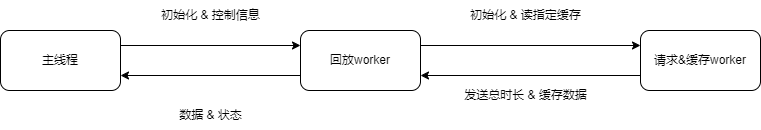
This is public/回放策略.png from Atox724/3D, a draw.io export, as it was before one commit. Source tidied: cells renumbered, new cells last; positions are measured from the earlier drawing's top-left corner, leaving out a move shared by most shapes. Source of this version:
```xml
<mxGraphModel>
  <root>
    <mxCell id="0" />
    <mxCell id="1" parent="0" />
    <mxCell id="2" style="edgeStyle=orthogonalEdgeStyle;rounded=0;jettySize=auto;html=1;exitX=1;exitY=0.25;exitDx=0;exitDy=0;entryX=0;entryY=0.25;entryDx=0;entryDy=0;" parent="1" edge="1" source="3" target="4">
      <mxGeometry relative="1" as="geometry" />
    </mxCell>
    <mxCell id="3" value="主线程" style="rounded=1;whiteSpace=wrap;html=1;" parent="1" vertex="1">
      <mxGeometry y="30" width="120" height="60" as="geometry" />
    </mxCell>
    <mxCell id="4" value="回放worker" style="rounded=1;whiteSpace=wrap;html=1;" parent="1" vertex="1">
      <mxGeometry x="300" y="30" width="120" height="60" as="geometry" />
    </mxCell>
    <mxCell id="5" style="edgeStyle=orthogonalEdgeStyle;rounded=0;jettySize=auto;html=1;exitX=1;exitY=0.25;exitDx=0;exitDy=0;entryX=0;entryY=0.25;entryDx=0;entryDy=0;" parent="1" edge="1" source="4" target="6">
      <mxGeometry relative="1" as="geometry" />
    </mxCell>
    <mxCell id="6" value="请求&amp;amp;缓存worker" style="rounded=1;whiteSpace=wrap;html=1;" parent="1" vertex="1">
      <mxGeometry x="640" y="30" width="120" height="60" as="geometry" />
    </mxCell>
    <mxCell id="7" style="edgeStyle=orthogonalEdgeStyle;rounded=0;jettySize=auto;html=1;exitX=0;exitY=0.75;exitDx=0;exitDy=0;entryX=1;entryY=0.75;entryDx=0;entryDy=0;" parent="1" edge="1" source="4" target="3">
      <mxGeometry relative="1" as="geometry" />
    </mxCell>
    <mxCell id="8" value="初始化 &amp;amp; 控制信息" style="text;html=1;align=center;verticalAlign=middle;strokeColor=none;fillColor=none;" parent="1" vertex="1">
      <mxGeometry x="150" width="120" height="30" as="geometry" />
    </mxCell>
    <mxCell id="9" value="数据 &amp;amp; 状态" style="text;html=1;align=center;verticalAlign=middle;strokeColor=none;fillColor=none;" parent="1" vertex="1">
      <mxGeometry x="165" y="100" width="90" height="30" as="geometry" />
    </mxCell>
    <mxCell id="10" value="初始化 &amp;amp; 读指定缓存" style="text;html=1;align=center;verticalAlign=middle;strokeColor=none;fillColor=none;rotation=0;" parent="1" vertex="1">
      <mxGeometry x="460" width="130" height="30" as="geometry" />
    </mxCell>
    <mxCell id="11" style="edgeStyle=orthogonalEdgeStyle;rounded=0;jettySize=auto;html=1;exitX=0;exitY=0.75;exitDx=0;exitDy=0;entryX=1;entryY=0.75;entryDx=0;entryDy=0;" parent="1" edge="1" source="6" target="4">
      <mxGeometry relative="1" as="geometry" />
    </mxCell>
    <mxCell id="12" value="发送总时长 &amp;amp; 缓存数据" style="text;html=1;align=center;verticalAlign=middle;strokeColor=none;fillColor=none;" parent="1" vertex="1">
      <mxGeometry x="450" y="80" width="150" height="30" as="geometry" />
    </mxCell>
  </root>
</mxGraphModel>
```
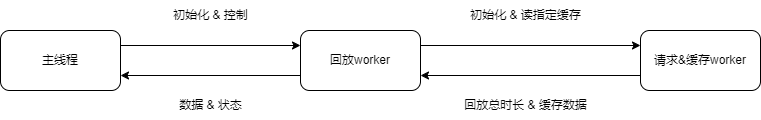
After the commit.

Commit message:
docs(readme): set image width to 100% for proper display

Adjust the CSS style for the image in the README to ensure it occupies the full
width of the container, enhancing the visual presentation and readability of the
documentation.

What changed in the source:
```diff
@@ -20,11 +20,11 @@
     <mxCell id="7" style="edgeStyle=orthogonalEdgeStyle;rounded=0;jettySize=auto;html=1;exitX=0;exitY=0.75;exitDx=0;exitDy=0;entryX=1;entryY=0.75;entryDx=0;entryDy=0;" parent="1" edge="1" source="4" target="3">
       <mxGeometry relative="1" as="geometry" />
     </mxCell>
-    <mxCell id="8" value="初始化 &amp;amp; 控制信息" style="text;html=1;align=center;verticalAlign=middle;strokeColor=none;fillColor=none;" parent="1" vertex="1">
-      <mxGeometry x="150" width="120" height="30" as="geometry" />
-    </mxCell>
+    <mxCell id="13" value="初始化 &amp;amp; 控制" style="text;html=1;align=center;verticalAlign=middle;strokeColor=none;fillColor=none;" parent="1" vertex="1">
+      <mxGeometry x="160" width="100" height="30" as="geometry" />
+    </mxCell>
     <mxCell id="9" value="数据 &amp;amp; 状态" style="text;html=1;align=center;verticalAlign=middle;strokeColor=none;fillColor=none;" parent="1" vertex="1">
-      <mxGeometry x="165" y="100" width="90" height="30" as="geometry" />
+      <mxGeometry x="165" y="90" width="90" height="30" as="geometry" />
     </mxCell>
     <mxCell id="10" value="初始化 &amp;amp; 读指定缓存" style="text;html=1;align=center;verticalAlign=middle;strokeColor=none;fillColor=none;rotation=0;" parent="1" vertex="1">
       <mxGeometry x="460" width="130" height="30" as="geometry" />
@@ -32,8 +32,8 @@
     <mxCell id="11" style="edgeStyle=orthogonalEdgeStyle;rounded=0;jettySize=auto;html=1;exitX=0;exitY=0.75;exitDx=0;exitDy=0;entryX=1;entryY=0.75;entryDx=0;entryDy=0;" parent="1" edge="1" source="6" target="4">
       <mxGeometry relative="1" as="geometry" />
     </mxCell>
-    <mxCell id="12" value="发送总时长 &amp;amp; 缓存数据" style="text;html=1;align=center;verticalAlign=middle;strokeColor=none;fillColor=none;" parent="1" vertex="1">
-      <mxGeometry x="450" y="80" width="150" height="30" as="geometry" />
-    </mxCell>
+    <mxCell id="14" value="回放总时长 &amp;amp; 缓存数据" style="text;html=1;align=center;verticalAlign=middle;strokeColor=none;fillColor=none;" parent="1" vertex="1">
+      <mxGeometry x="450" y="90" width="150" height="30" as="geometry" />
+    </mxCell>
   </root>
 </mxGraphModel>
```
